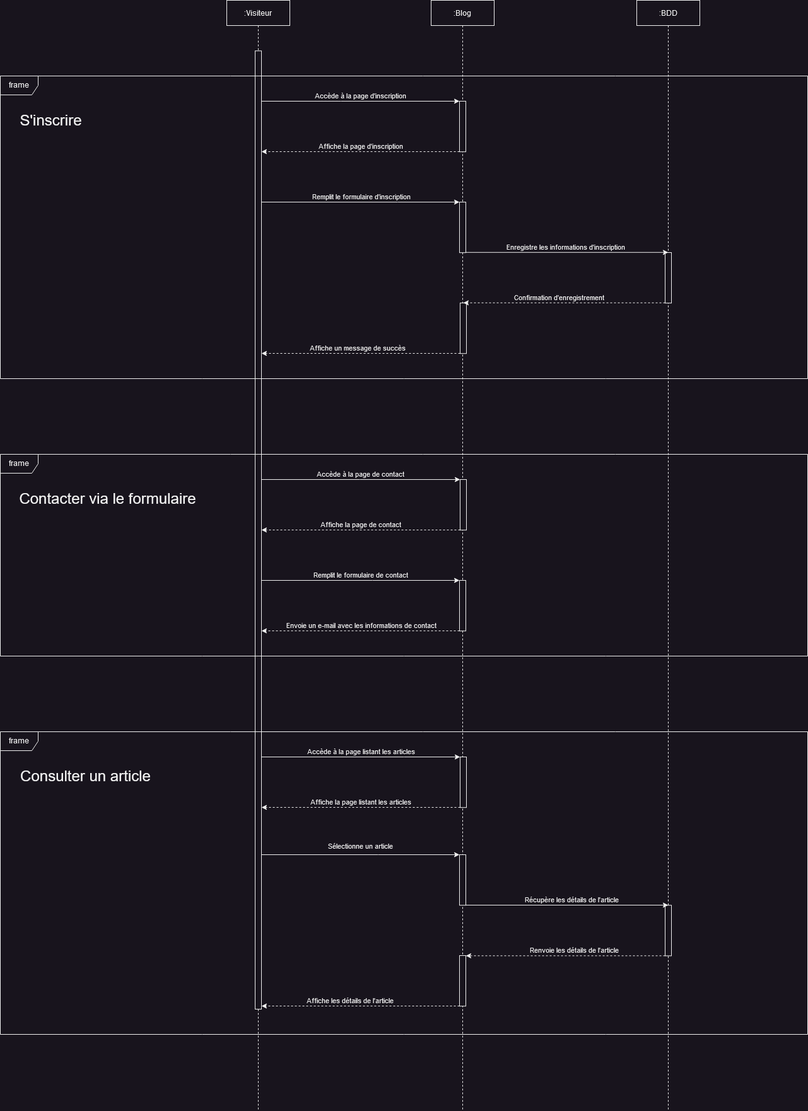
The draw.io diagram diagrammes/Diagramme de sequences - visiteur.drawio.png in arcausin/blog-php, before a commit. Source tidied: cells renumbered, new cells last; positions are measured from the earlier drawing's top-left corner, leaving out a move shared by most shapes.
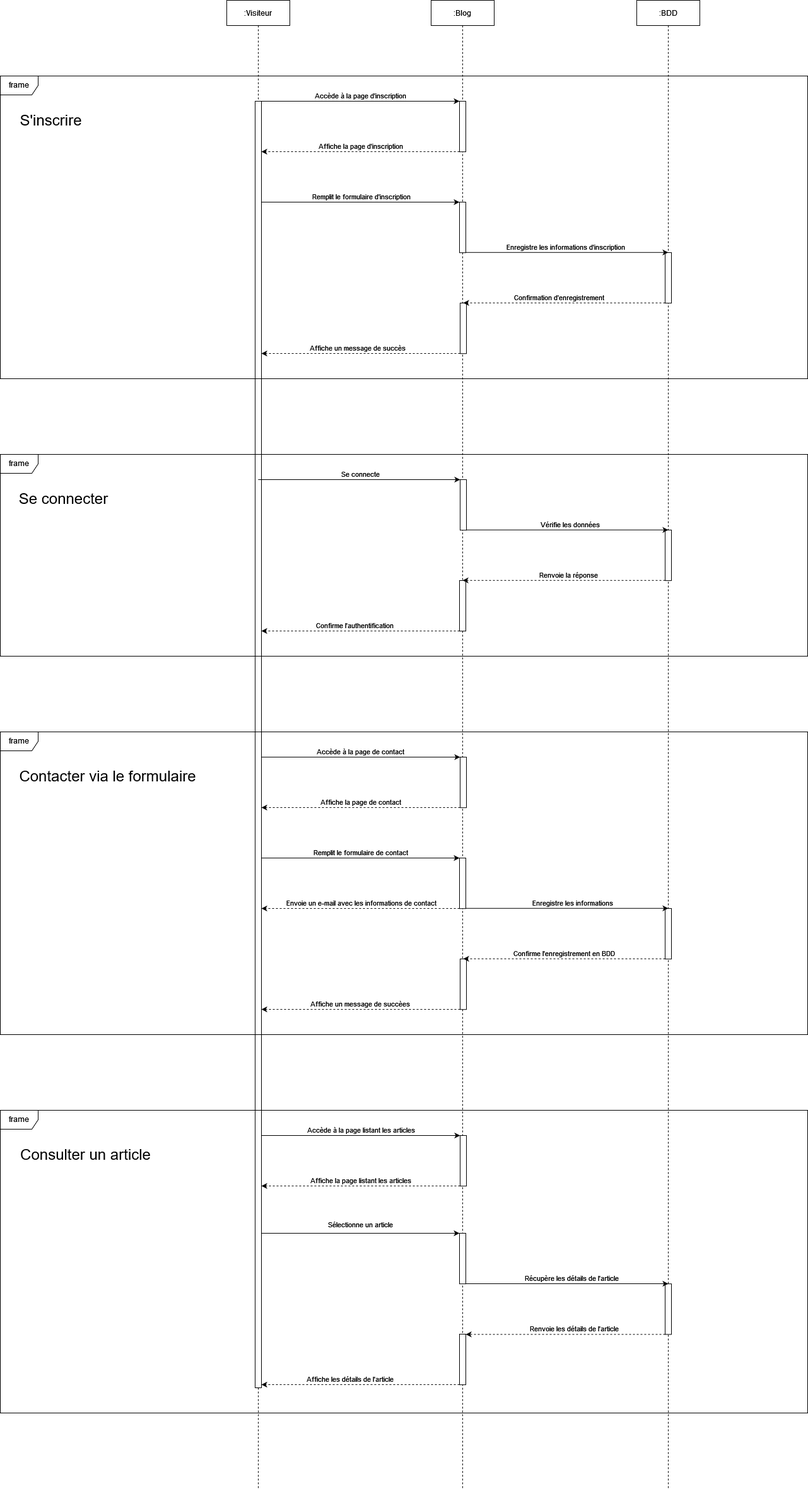
Later version of the same file.

Change to the diagram source:
```diff
@@ -4,9 +4,9 @@
     <mxCell id="1" parent="0" />
     <mxCell id="2" style="edgeStyle=elbowEdgeStyle;rounded=0;jettySize=auto;html=1;elbow=vertical;curved=0;" parent="1" edge="1" target="12">
       <mxGeometry relative="1" as="geometry">
-        <mxPoint x="408.8" y="760" as="sourcePoint" />
+        <mxPoint x="408.8" y="1200" as="sourcePoint" />
         <Array as="points">
-          <mxPoint x="570" y="760" />
+          <mxPoint x="570" y="1200" />
         </Array>
       </mxGeometry>
     </mxCell>
@@ -16,13 +16,13 @@
       </mxGeometry>
     </mxCell>
     <mxCell id="4" value=":Visiteur" style="shape=umlLifeline;perimeter=lifelinePerimeter;whiteSpace=wrap;html=1;newEdgeStyle={&quot;edgeStyle&quot;:&quot;elbowEdgeStyle&quot;,&quot;elbow&quot;:&quot;vertical&quot;,&quot;curved&quot;:0,&quot;rounded&quot;:0};" parent="1" vertex="1">
-      <mxGeometry x="359" width="100" height="1760" as="geometry" />
+      <mxGeometry x="359" width="100" height="2360" as="geometry" />
     </mxCell>
     <mxCell id="5" style="html=1;points=[];perimeter=orthogonalPerimeter;outlineConnect=0;targetShapes=umlLifeline;portConstraint=eastwest;newEdgeStyle={&quot;edgeStyle&quot;:&quot;elbowEdgeStyle&quot;,&quot;elbow&quot;:&quot;vertical&quot;,&quot;curved&quot;:0,&quot;rounded&quot;:0};" parent="4" vertex="1">
-      <mxGeometry x="45" y="80.2" width="10" height="1519.8" as="geometry" />
+      <mxGeometry x="45" y="160" width="10" height="2040" as="geometry" />
     </mxCell>
     <mxCell id="6" value=":Blog" style="shape=umlLifeline;perimeter=lifelinePerimeter;whiteSpace=wrap;html=1;newEdgeStyle={&quot;edgeStyle&quot;:&quot;elbowEdgeStyle&quot;,&quot;elbow&quot;:&quot;vertical&quot;,&quot;curved&quot;:0,&quot;rounded&quot;:0};" parent="1" vertex="1">
-      <mxGeometry x="683" width="100" height="1760" as="geometry" />
+      <mxGeometry x="683" width="100" height="2360" as="geometry" />
     </mxCell>
     <mxCell id="7" style="html=1;points=[];perimeter=orthogonalPerimeter;outlineConnect=0;targetShapes=umlLifeline;portConstraint=eastwest;newEdgeStyle={&quot;edgeStyle&quot;:&quot;elbowEdgeStyle&quot;,&quot;elbow&quot;:&quot;vertical&quot;,&quot;curved&quot;:0,&quot;rounded&quot;:0};" parent="6" vertex="1">
       <mxGeometry x="45" y="160" width="10" height="80.2" as="geometry" />
@@ -31,37 +31,46 @@
       <mxGeometry x="45" y="320" width="10" height="80.2" as="geometry" />
     </mxCell>
     <mxCell id="9" style="html=1;points=[];perimeter=orthogonalPerimeter;outlineConnect=0;targetShapes=umlLifeline;portConstraint=eastwest;newEdgeStyle={&quot;edgeStyle&quot;:&quot;elbowEdgeStyle&quot;,&quot;elbow&quot;:&quot;vertical&quot;,&quot;curved&quot;:0,&quot;rounded&quot;:0};" parent="6" vertex="1">
-      <mxGeometry x="45" y="1355" width="10" height="80.2" as="geometry" />
+      <mxGeometry x="45" y="1955" width="10" height="80.2" as="geometry" />
     </mxCell>
     <mxCell id="10" style="html=1;points=[];perimeter=orthogonalPerimeter;outlineConnect=0;targetShapes=umlLifeline;portConstraint=eastwest;newEdgeStyle={&quot;edgeStyle&quot;:&quot;elbowEdgeStyle&quot;,&quot;elbow&quot;:&quot;vertical&quot;,&quot;curved&quot;:0,&quot;rounded&quot;:0};" parent="6" vertex="1">
-      <mxGeometry x="45" y="1515" width="10" height="80.2" as="geometry" />
+      <mxGeometry x="45" y="2115" width="10" height="80.2" as="geometry" />
     </mxCell>
     <mxCell id="11" style="html=1;points=[];perimeter=orthogonalPerimeter;outlineConnect=0;targetShapes=umlLifeline;portConstraint=eastwest;newEdgeStyle={&quot;edgeStyle&quot;:&quot;elbowEdgeStyle&quot;,&quot;elbow&quot;:&quot;vertical&quot;,&quot;curved&quot;:0,&quot;rounded&quot;:0};" parent="6" vertex="1">
       <mxGeometry x="46" y="480" width="10" height="80.2" as="geometry" />
     </mxCell>
     <mxCell id="12" style="html=1;points=[];perimeter=orthogonalPerimeter;outlineConnect=0;targetShapes=umlLifeline;portConstraint=eastwest;newEdgeStyle={&quot;edgeStyle&quot;:&quot;elbowEdgeStyle&quot;,&quot;elbow&quot;:&quot;vertical&quot;,&quot;curved&quot;:0,&quot;rounded&quot;:0};" parent="6" vertex="1">
-      <mxGeometry x="46" y="760" width="10" height="80.2" as="geometry" />
+      <mxGeometry x="46" y="1200" width="10" height="80.2" as="geometry" />
     </mxCell>
     <mxCell id="13" style="html=1;points=[];perimeter=orthogonalPerimeter;outlineConnect=0;targetShapes=umlLifeline;portConstraint=eastwest;newEdgeStyle={&quot;edgeStyle&quot;:&quot;elbowEdgeStyle&quot;,&quot;elbow&quot;:&quot;vertical&quot;,&quot;curved&quot;:0,&quot;rounded&quot;:0};" parent="6" vertex="1">
-      <mxGeometry x="45" y="920" width="10" height="80.2" as="geometry" />
+      <mxGeometry x="45" y="1360" width="10" height="80.2" as="geometry" />
     </mxCell>
     <mxCell id="14" style="html=1;points=[];perimeter=orthogonalPerimeter;outlineConnect=0;targetShapes=umlLifeline;portConstraint=eastwest;newEdgeStyle={&quot;edgeStyle&quot;:&quot;elbowEdgeStyle&quot;,&quot;elbow&quot;:&quot;vertical&quot;,&quot;curved&quot;:0,&quot;rounded&quot;:0};" parent="6" vertex="1">
-      <mxGeometry x="46" y="1200" width="10" height="80.2" as="geometry" />
+      <mxGeometry x="46" y="1800" width="10" height="80.2" as="geometry" />
     </mxCell>
+    <mxCell id="54" style="html=1;points=[];perimeter=orthogonalPerimeter;outlineConnect=0;targetShapes=umlLifeline;portConstraint=eastwest;newEdgeStyle={&quot;edgeStyle&quot;:&quot;elbowEdgeStyle&quot;,&quot;elbow&quot;:&quot;vertical&quot;,&quot;curved&quot;:0,&quot;rounded&quot;:0};" parent="6" vertex="1">
+      <mxGeometry x="46" y="1520" width="10" height="80.2" as="geometry" />
+    </mxCell>
     <mxCell id="15" value=":BDD" style="shape=umlLifeline;perimeter=lifelinePerimeter;whiteSpace=wrap;html=1;newEdgeStyle={&quot;edgeStyle&quot;:&quot;elbowEdgeStyle&quot;,&quot;elbow&quot;:&quot;vertical&quot;,&quot;curved&quot;:0,&quot;rounded&quot;:0};" parent="1" vertex="1">
-      <mxGeometry x="1009" width="100" height="1760" as="geometry" />
+      <mxGeometry x="1009" width="100" height="2360" as="geometry" />
     </mxCell>
     <mxCell id="16" style="html=1;points=[];perimeter=orthogonalPerimeter;outlineConnect=0;targetShapes=umlLifeline;portConstraint=eastwest;newEdgeStyle={&quot;edgeStyle&quot;:&quot;elbowEdgeStyle&quot;,&quot;elbow&quot;:&quot;vertical&quot;,&quot;curved&quot;:0,&quot;rounded&quot;:0};" parent="15" vertex="1">
-      <mxGeometry x="45" y="1435.2" width="10" height="80.2" as="geometry" />
+      <mxGeometry x="45" y="2035.2" width="10" height="80.2" as="geometry" />
     </mxCell>
     <mxCell id="17" style="html=1;points=[];perimeter=orthogonalPerimeter;outlineConnect=0;targetShapes=umlLifeline;portConstraint=eastwest;newEdgeStyle={&quot;edgeStyle&quot;:&quot;elbowEdgeStyle&quot;,&quot;elbow&quot;:&quot;vertical&quot;,&quot;curved&quot;:0,&quot;rounded&quot;:0};" parent="15" vertex="1">
       <mxGeometry x="45" y="400" width="10" height="80.2" as="geometry" />
     </mxCell>
+    <mxCell id="55" style="html=1;points=[];perimeter=orthogonalPerimeter;outlineConnect=0;targetShapes=umlLifeline;portConstraint=eastwest;newEdgeStyle={&quot;edgeStyle&quot;:&quot;elbowEdgeStyle&quot;,&quot;elbow&quot;:&quot;vertical&quot;,&quot;curved&quot;:0,&quot;rounded&quot;:0};" parent="15" vertex="1">
+      <mxGeometry x="45" y="839.9" width="10" height="80.2" as="geometry" />
+    </mxCell>
+    <mxCell id="56" style="html=1;points=[];perimeter=orthogonalPerimeter;outlineConnect=0;targetShapes=umlLifeline;portConstraint=eastwest;newEdgeStyle={&quot;edgeStyle&quot;:&quot;elbowEdgeStyle&quot;,&quot;elbow&quot;:&quot;vertical&quot;,&quot;curved&quot;:0,&quot;rounded&quot;:0};" parent="15" vertex="1">
+      <mxGeometry x="45" y="1440" width="10" height="80.2" as="geometry" />
+    </mxCell>
     <mxCell id="18" style="edgeStyle=elbowEdgeStyle;rounded=0;jettySize=auto;html=1;elbow=vertical;curved=0;" parent="1" edge="1" target="9">
       <mxGeometry relative="1" as="geometry">
-        <mxPoint x="414" y="1355" as="sourcePoint" />
+        <mxPoint x="414" y="1955" as="sourcePoint" />
         <Array as="points">
-          <mxPoint x="599" y="1355" />
+          <mxPoint x="599" y="1955" />
         </Array>
       </mxGeometry>
     </mxCell>
@@ -73,7 +82,7 @@
     <mxCell id="20" style="edgeStyle=elbowEdgeStyle;rounded=0;jettySize=auto;html=1;elbow=vertical;curved=0;" parent="1" edge="1" source="9" target="16">
       <mxGeometry relative="1" as="geometry">
         <Array as="points">
-          <mxPoint x="919" y="1435" />
+          <mxPoint x="919" y="2035" />
         </Array>
       </mxGeometry>
     </mxCell>
@@ -92,9 +101,9 @@
     </mxCell>
     <mxCell id="24" style="edgeStyle=elbowEdgeStyle;rounded=0;jettySize=auto;html=1;elbow=vertical;curved=0;dashed=1;" parent="1" edge="1" source="10">
       <mxGeometry relative="1" as="geometry">
-        <mxPoint x="414" y="1595" as="targetPoint" />
+        <mxPoint x="414" y="2195" as="targetPoint" />
         <Array as="points">
-          <mxPoint x="559" y="1595" />
+          <mxPoint x="559" y="2195" />
         </Array>
       </mxGeometry>
     </mxCell>
@@ -104,10 +113,10 @@
       </mxGeometry>
     </mxCell>
     <mxCell id="26" value="frame" style="shape=umlFrame;whiteSpace=wrap;html=1;" parent="1" vertex="1">
-      <mxGeometry y="1160" width="1280" height="480" as="geometry" />
+      <mxGeometry y="1760" width="1280" height="480" as="geometry" />
     </mxCell>
     <mxCell id="27" value="Consulter un article" style="text;html=1;align=center;verticalAlign=middle;strokeColor=none;fillColor=none;fontSize=24;" parent="1" vertex="1">
-      <mxGeometry x="20" y="1210" width="230" height="40" as="geometry" />
+      <mxGeometry x="20" y="1810" width="230" height="40" as="geometry" />
     </mxCell>
     <mxCell id="28" value="frame" style="shape=umlFrame;whiteSpace=wrap;html=1;" parent="1" vertex="1">
       <mxGeometry y="120" width="1280" height="480" as="geometry" />
@@ -184,9 +193,9 @@
     </mxCell>
     <mxCell id="42" style="edgeStyle=elbowEdgeStyle;rounded=0;jettySize=auto;html=1;elbow=vertical;curved=0;dashed=1;" parent="1" edge="1" source="12">
       <mxGeometry relative="1" as="geometry">
-        <mxPoint x="414" y="840" as="targetPoint" />
+        <mxPoint x="414" y="1280" as="targetPoint" />
         <Array as="points">
-          <mxPoint x="550" y="840" />
+          <mxPoint x="550" y="1280" />
         </Array>
       </mxGeometry>
     </mxCell>
@@ -197,9 +206,9 @@
     </mxCell>
     <mxCell id="44" style="edgeStyle=elbowEdgeStyle;rounded=0;jettySize=auto;html=1;elbow=vertical;curved=0;" parent="1" edge="1" target="13">
       <mxGeometry relative="1" as="geometry">
-        <mxPoint x="414" y="920" as="sourcePoint" />
+        <mxPoint x="414" y="1360" as="sourcePoint" />
         <Array as="points">
-          <mxPoint x="590" y="920" />
+          <mxPoint x="590" y="1360" />
         </Array>
       </mxGeometry>
     </mxCell>
@@ -210,9 +219,9 @@
     </mxCell>
     <mxCell id="46" style="edgeStyle=elbowEdgeStyle;rounded=0;jettySize=auto;html=1;elbow=vertical;curved=0;dashed=1;" parent="1" edge="1" source="13">
       <mxGeometry relative="1" as="geometry">
-        <mxPoint x="414" y="1000" as="targetPoint" />
+        <mxPoint x="414" y="1440" as="targetPoint" />
         <Array as="points">
-          <mxPoint x="530" y="1000" />
+          <mxPoint x="530" y="1440" />
         </Array>
       </mxGeometry>
     </mxCell>
@@ -222,16 +231,16 @@
       </mxGeometry>
     </mxCell>
     <mxCell id="48" value="frame" style="shape=umlFrame;whiteSpace=wrap;html=1;" parent="1" vertex="1">
-      <mxGeometry y="720" width="1280" height="320" as="geometry" />
+      <mxGeometry y="1160" width="1280" height="480" as="geometry" />
     </mxCell>
     <mxCell id="49" value="Contacter via le formulaire" style="text;html=1;align=center;verticalAlign=middle;strokeColor=none;fillColor=none;fontSize=24;" parent="1" vertex="1">
-      <mxGeometry x="20" y="770" width="300" height="40" as="geometry" />
+      <mxGeometry x="20" y="1210" width="300" height="40" as="geometry" />
     </mxCell>
     <mxCell id="50" style="edgeStyle=elbowEdgeStyle;rounded=0;jettySize=auto;html=1;elbow=vertical;curved=0;" parent="1" edge="1" target="14">
       <mxGeometry relative="1" as="geometry">
-        <mxPoint x="414" y="1200" as="sourcePoint" />
+        <mxPoint x="414" y="1800" as="sourcePoint" />
         <Array as="points">
-          <mxPoint x="640" y="1200" />
+          <mxPoint x="640" y="1800" />
         </Array>
       </mxGeometry>
     </mxCell>
@@ -242,9 +251,9 @@
     </mxCell>
     <mxCell id="52" style="edgeStyle=elbowEdgeStyle;rounded=0;jettySize=auto;html=1;elbow=vertical;curved=0;dashed=1;" parent="1" edge="1" source="14">
       <mxGeometry relative="1" as="geometry">
-        <mxPoint x="414" y="1280" as="targetPoint" />
+        <mxPoint x="414" y="1880" as="targetPoint" />
         <Array as="points">
-          <mxPoint x="630" y="1280" />
+          <mxPoint x="630" y="1880" />
         </Array>
       </mxGeometry>
     </mxCell>
@@ -253,5 +262,87 @@
         <mxPoint x="74" y="-12" as="offset" />
       </mxGeometry>
     </mxCell>
+    <mxCell id="57" style="edgeStyle=elbowEdgeStyle;rounded=0;jettySize=auto;html=1;elbow=vertical;curved=0;" parent="1" edge="1" target="61">
+      <mxGeometry relative="1" as="geometry">
+        <mxPoint x="408.8" y="760" as="sourcePoint" />
+        <Array as="points">
+          <mxPoint x="570" y="760" />
+        </Array>
+      </mxGeometry>
+    </mxCell>
+    <mxCell id="58" value="Se connecte" style="edgeLabel;html=1;align=center;verticalAlign=middle;" parent="57" vertex="1">
+      <mxGeometry x="-0.28" relative="1" as="geometry">
+        <mxPoint x="45" y="-10" as="offset" />
+      </mxGeometry>
+    </mxCell>
+    <mxCell id="59" style="edgeStyle=elbowEdgeStyle;rounded=0;jettySize=auto;html=1;elbow=vertical;curved=0;" parent="1" edge="1" source="61" target="55">
+      <mxGeometry relative="1" as="geometry" />
+    </mxCell>
+    <mxCell id="60" value="Vérifie les données" style="edgeLabel;html=1;align=center;verticalAlign=middle;" parent="59" vertex="1">
+      <mxGeometry x="-0.29" relative="1" as="geometry">
+        <mxPoint x="50" y="-10" as="offset" />
+      </mxGeometry>
+    </mxCell>
+    <mxCell id="61" style="html=1;points=[];perimeter=orthogonalPerimeter;outlineConnect=0;targetShapes=umlLifeline;portConstraint=eastwest;newEdgeStyle={&quot;edgeStyle&quot;:&quot;elbowEdgeStyle&quot;,&quot;elbow&quot;:&quot;vertical&quot;,&quot;curved&quot;:0,&quot;rounded&quot;:0};" parent="1" vertex="1">
+      <mxGeometry x="729" y="760" width="10" height="80.2" as="geometry" />
+    </mxCell>
+    <mxCell id="62" style="html=1;points=[];perimeter=orthogonalPerimeter;outlineConnect=0;targetShapes=umlLifeline;portConstraint=eastwest;newEdgeStyle={&quot;edgeStyle&quot;:&quot;elbowEdgeStyle&quot;,&quot;elbow&quot;:&quot;vertical&quot;,&quot;curved&quot;:0,&quot;rounded&quot;:0};" parent="1" vertex="1">
+      <mxGeometry x="728" y="920" width="10" height="80.2" as="geometry" />
+    </mxCell>
+    <mxCell id="63" style="edgeStyle=elbowEdgeStyle;rounded=0;jettySize=auto;html=1;elbow=vertical;curved=0;dashed=1;" parent="1" edge="1" source="62">
+      <mxGeometry relative="1" as="geometry">
+        <mxPoint x="414" y="1000" as="targetPoint" />
+        <Array as="points">
+          <mxPoint x="530" y="1000" />
+        </Array>
+      </mxGeometry>
+    </mxCell>
+    <mxCell id="64" value="Confirme l'authentification" style="edgeLabel;html=1;align=center;verticalAlign=middle;" parent="63" vertex="1">
+      <mxGeometry x="0.14" relative="1" as="geometry">
+        <mxPoint x="11" y="-10" as="offset" />
+      </mxGeometry>
+    </mxCell>
+    <mxCell id="65" value="frame" style="shape=umlFrame;whiteSpace=wrap;html=1;" parent="1" vertex="1">
+      <mxGeometry y="720" width="1280" height="320" as="geometry" />
+    </mxCell>
+    <mxCell id="66" value="Se connecter" style="text;html=1;align=center;verticalAlign=middle;strokeColor=none;fillColor=none;fontSize=24;" parent="1" vertex="1">
+      <mxGeometry x="20" y="770" width="160" height="40" as="geometry" />
+    </mxCell>
+    <mxCell id="67" style="edgeStyle=elbowEdgeStyle;rounded=0;jettySize=auto;html=1;elbow=vertical;curved=0;dashed=1;" parent="1" edge="1" source="55" target="62">
+      <mxGeometry relative="1" as="geometry" />
+    </mxCell>
+    <mxCell id="68" value="Renvoie la réponse" style="edgeLabel;html=1;align=center;verticalAlign=middle;" parent="67" vertex="1">
+      <mxGeometry x="0.19" relative="1" as="geometry">
+        <mxPoint x="37" y="-10" as="offset" />
+      </mxGeometry>
+    </mxCell>
+    <mxCell id="69" style="edgeStyle=elbowEdgeStyle;rounded=0;jettySize=auto;html=1;elbow=vertical;curved=0;" parent="1" edge="1" source="13" target="56">
+      <mxGeometry relative="1" as="geometry" />
+    </mxCell>
+    <mxCell id="70" value="Enregistre les informations" style="edgeLabel;html=1;align=center;verticalAlign=middle;" parent="69" vertex="1">
+      <mxGeometry x="-0.52" y="2" relative="1" as="geometry">
+        <mxPoint x="90" y="-8" as="offset" />
+      </mxGeometry>
+    </mxCell>
+    <mxCell id="71" style="edgeStyle=elbowEdgeStyle;rounded=0;jettySize=auto;html=1;elbow=vertical;curved=0;dashed=1;" parent="1" edge="1" source="56" target="54">
+      <mxGeometry relative="1" as="geometry" />
+    </mxCell>
+    <mxCell id="72" value="Confirme l'enregistrement en BDD" style="edgeLabel;html=1;align=center;verticalAlign=middle;" parent="71" vertex="1">
+      <mxGeometry x="0.23" y="-2" relative="1" as="geometry">
+        <mxPoint x="37" y="-8" as="offset" />
+      </mxGeometry>
+    </mxCell>
+    <mxCell id="73" style="edgeStyle=elbowEdgeStyle;rounded=0;jettySize=auto;html=1;elbow=vertical;curved=0;dashed=1;" parent="1" edge="1" source="54" target="5">
+      <mxGeometry relative="1" as="geometry">
+        <Array as="points">
+          <mxPoint x="570" y="1600" />
+        </Array>
+      </mxGeometry>
+    </mxCell>
+    <mxCell id="74" value="Affiche un message de succèes" style="edgeLabel;html=1;align=center;verticalAlign=middle;" parent="73" vertex="1">
+      <mxGeometry x="0.07" y="2" relative="1" as="geometry">
+        <mxPoint x="9" y="-12" as="offset" />
+      </mxGeometry>
+    </mxCell>
   </root>
 </mxGraphModel>
```
